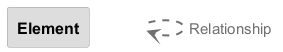
Before: docs/architecture/diagrams/structurizr-Components_Application-key.png, a diagram exported from PlantUML (chrislyons-dev/archlette). Source of this version:
```plantuml
@startuml
set separator none

skinparam {
  shadowing false
  arrowFontSize 15
  defaultTextAlignment center
  wrapWidth 100
  maxMessageSize 100
}
hide stereotype

skinparam rectangle<<_transparent>> {
  BorderColor transparent
  BackgroundColor transparent
  FontColor transparent
}

skinparam rectangle<<1>> {
  BackgroundColor #dddddd
  FontColor #000000
  BorderColor #9a9a9a
}
rectangle "==Element" <<1>>

rectangle "." <<_transparent>> as 2
2 .[#707070,thickness=2].> 2 : "<color:#707070>Relationship"


@enduml
```
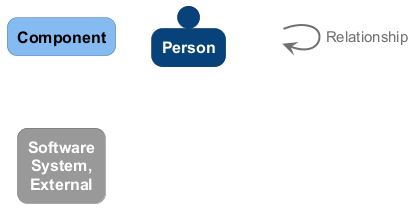
After the commit.

What changed in the source:
```diff
@@ -7,6 +7,7 @@
   defaultTextAlignment center
   wrapWidth 100
   maxMessageSize 100
+  defaultFontName "Arial"
 }
 hide stereotype
 
@@ -17,14 +18,30 @@
 }
 
 skinparam rectangle<<1>> {
-  BackgroundColor #dddddd
+  BackgroundColor #85bbf0
   FontColor #000000
-  BorderColor #9a9a9a
+  BorderColor #5d82a8
+  roundCorner 20
 }
-rectangle "==Element" <<1>>
+rectangle "==Component" <<1>>
 
-rectangle "." <<_transparent>> as 2
-2 .[#707070,thickness=2].> 2 : "<color:#707070>Relationship"
+skinparam person<<2>> {
+  BackgroundColor #08427b
+  FontColor #ffffff
+  BorderColor #052e56
+}
+person "==Person" <<2>>
+
+skinparam rectangle<<3>> {
+  BackgroundColor #999999
+  FontColor #ffffff
+  BorderColor #6b6b6b
+  roundCorner 20
+}
+rectangle "==Software System, External" <<3>>
+
+rectangle "." <<_transparent>> as 4
+4 -[#707070,thickness=2]-> 4 : "<color:#707070>Relationship"
 
 
 @enduml
```
